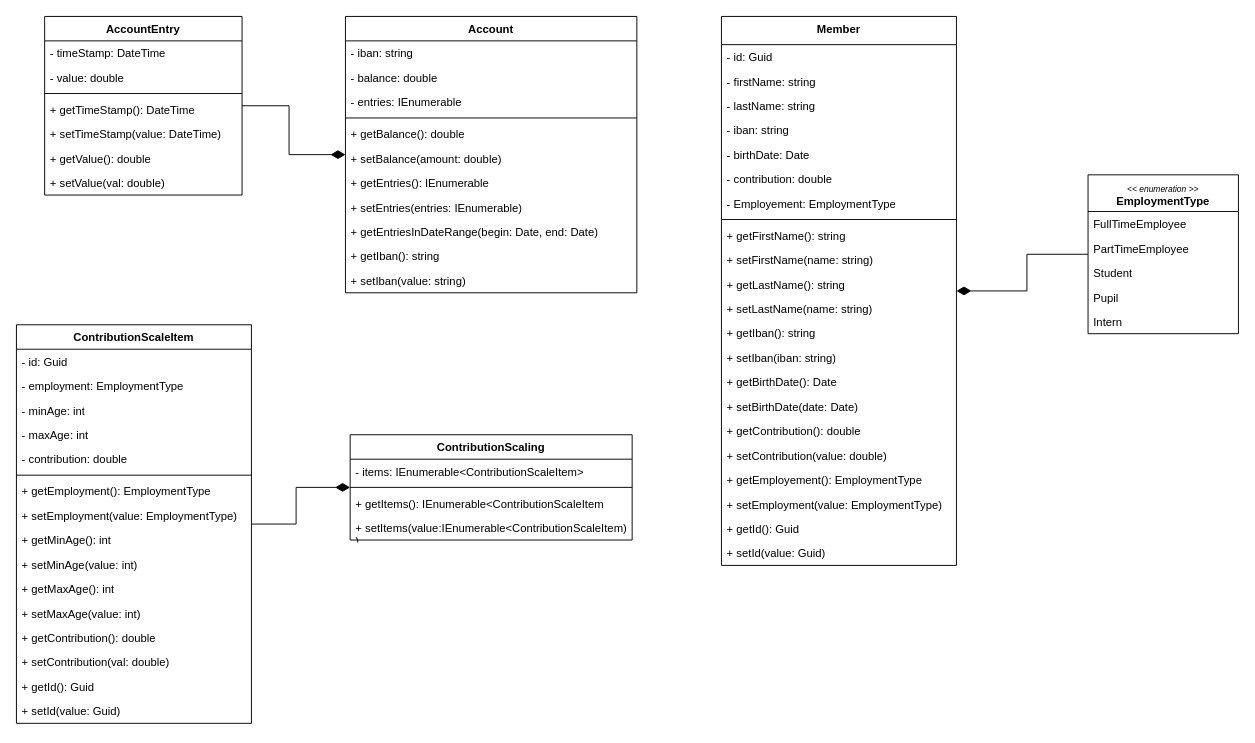
KonstantinPrinz/Vereinsverwaltung keeps this draw.io diagram as docs/klassendiagramm_unfinished.drawio. Above is the earlier version. Source tidied: cells renumbered, new cells numbered last; positions are measured from the earlier drawing's top-left corner, leaving out a move shared by most shapes. Both pictures are drawn from the tidied source at 94%, with x=0, y=0 at pixel (16, 16).
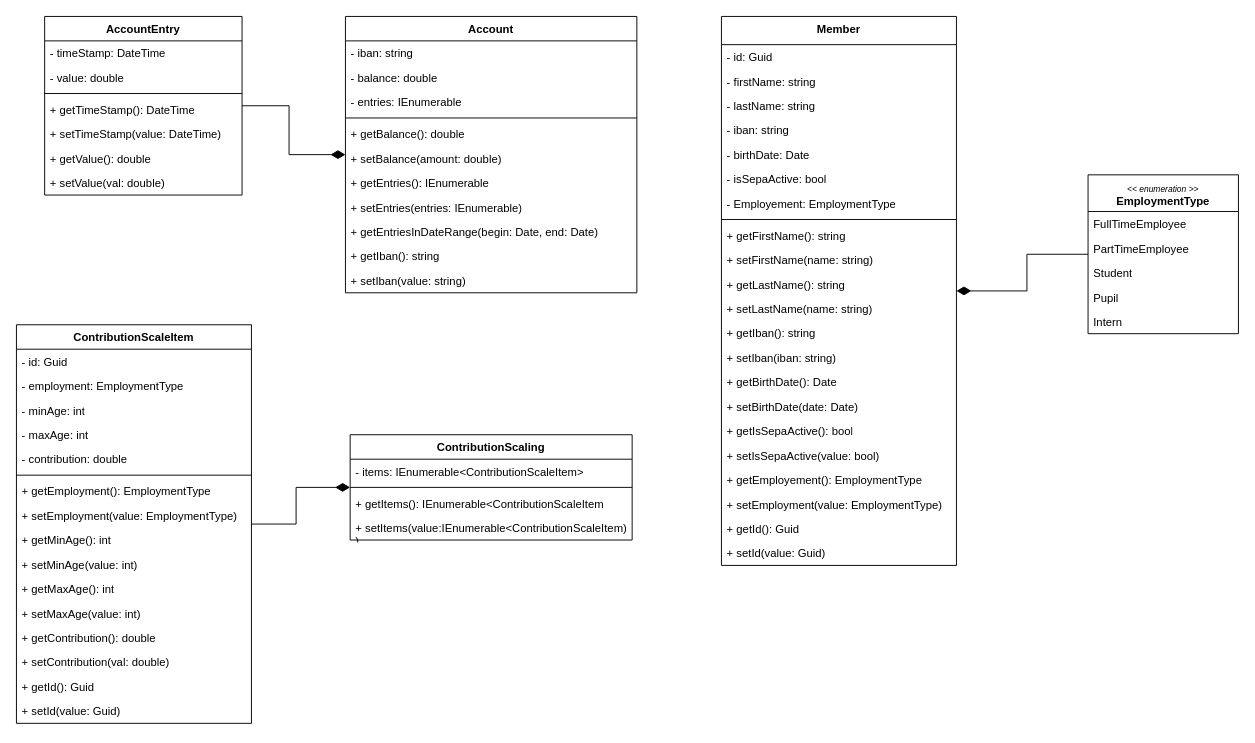
The same page after the edit.

Unchanged cells that the change refers to:
```xml
<mxCell id="2" value="Member" style="swimlane;fontStyle=1;align=center;verticalAlign=top;horizontal=1;startSize=30;whiteSpace=wrap;html=1;" parent="1" vertex="1">
  <mxGeometry x="750" width="250" height="584" as="geometry" />
</mxCell>
```

The edit, as a diff of the source:
```diff
@@
-    <mxCell id="8" value="- contribution: double" style="text;strokeColor=none;fillColor=none;align=left;verticalAlign=top;spacingLeft=4;spacingRight=4;overflow=hidden;whiteSpace=wrap;html=1;" parent="2" vertex="1">
+    <mxCell id="8" value="- isSepaActive: bool" style="text;strokeColor=none;fillColor=none;align=left;verticalAlign=top;spacingLeft=4;spacingRight=4;overflow=hidden;whiteSpace=wrap;html=1;" parent="2" vertex="1">
       <mxGeometry y="160" width="250" height="26" as="geometry" />
     </mxCell>
@@
-    <mxCell id="19" value="+ getContribution(): double" style="text;strokeColor=none;fillColor=none;align=left;verticalAlign=top;spacingLeft=4;spacingRight=4;overflow=hidden;whiteSpace=wrap;html=1;" parent="2" vertex="1">
+    <mxCell id="19" value="+ getIsSepaActive(): bool" style="text;strokeColor=none;fillColor=none;align=left;verticalAlign=top;spacingLeft=4;spacingRight=4;overflow=hidden;whiteSpace=wrap;html=1;" parent="2" vertex="1">
       <mxGeometry y="428" width="250" height="26" as="geometry" />
     </mxCell>
-    <mxCell id="20" value="+ setContribution(value: double)" style="text;strokeColor=none;fillColor=none;align=left;verticalAlign=top;spacingLeft=4;spacingRight=4;overflow=hidden;whiteSpace=wrap;html=1;" parent="2" vertex="1">
+    <mxCell id="20" value="+ setIsSepaActive(value: bool)" style="text;strokeColor=none;fillColor=none;align=left;verticalAlign=top;spacingLeft=4;spacingRight=4;overflow=hidden;whiteSpace=wrap;html=1;" parent="2" vertex="1">
       <mxGeometry y="454" width="250" height="26" as="geometry" />
     </mxCell>
```
